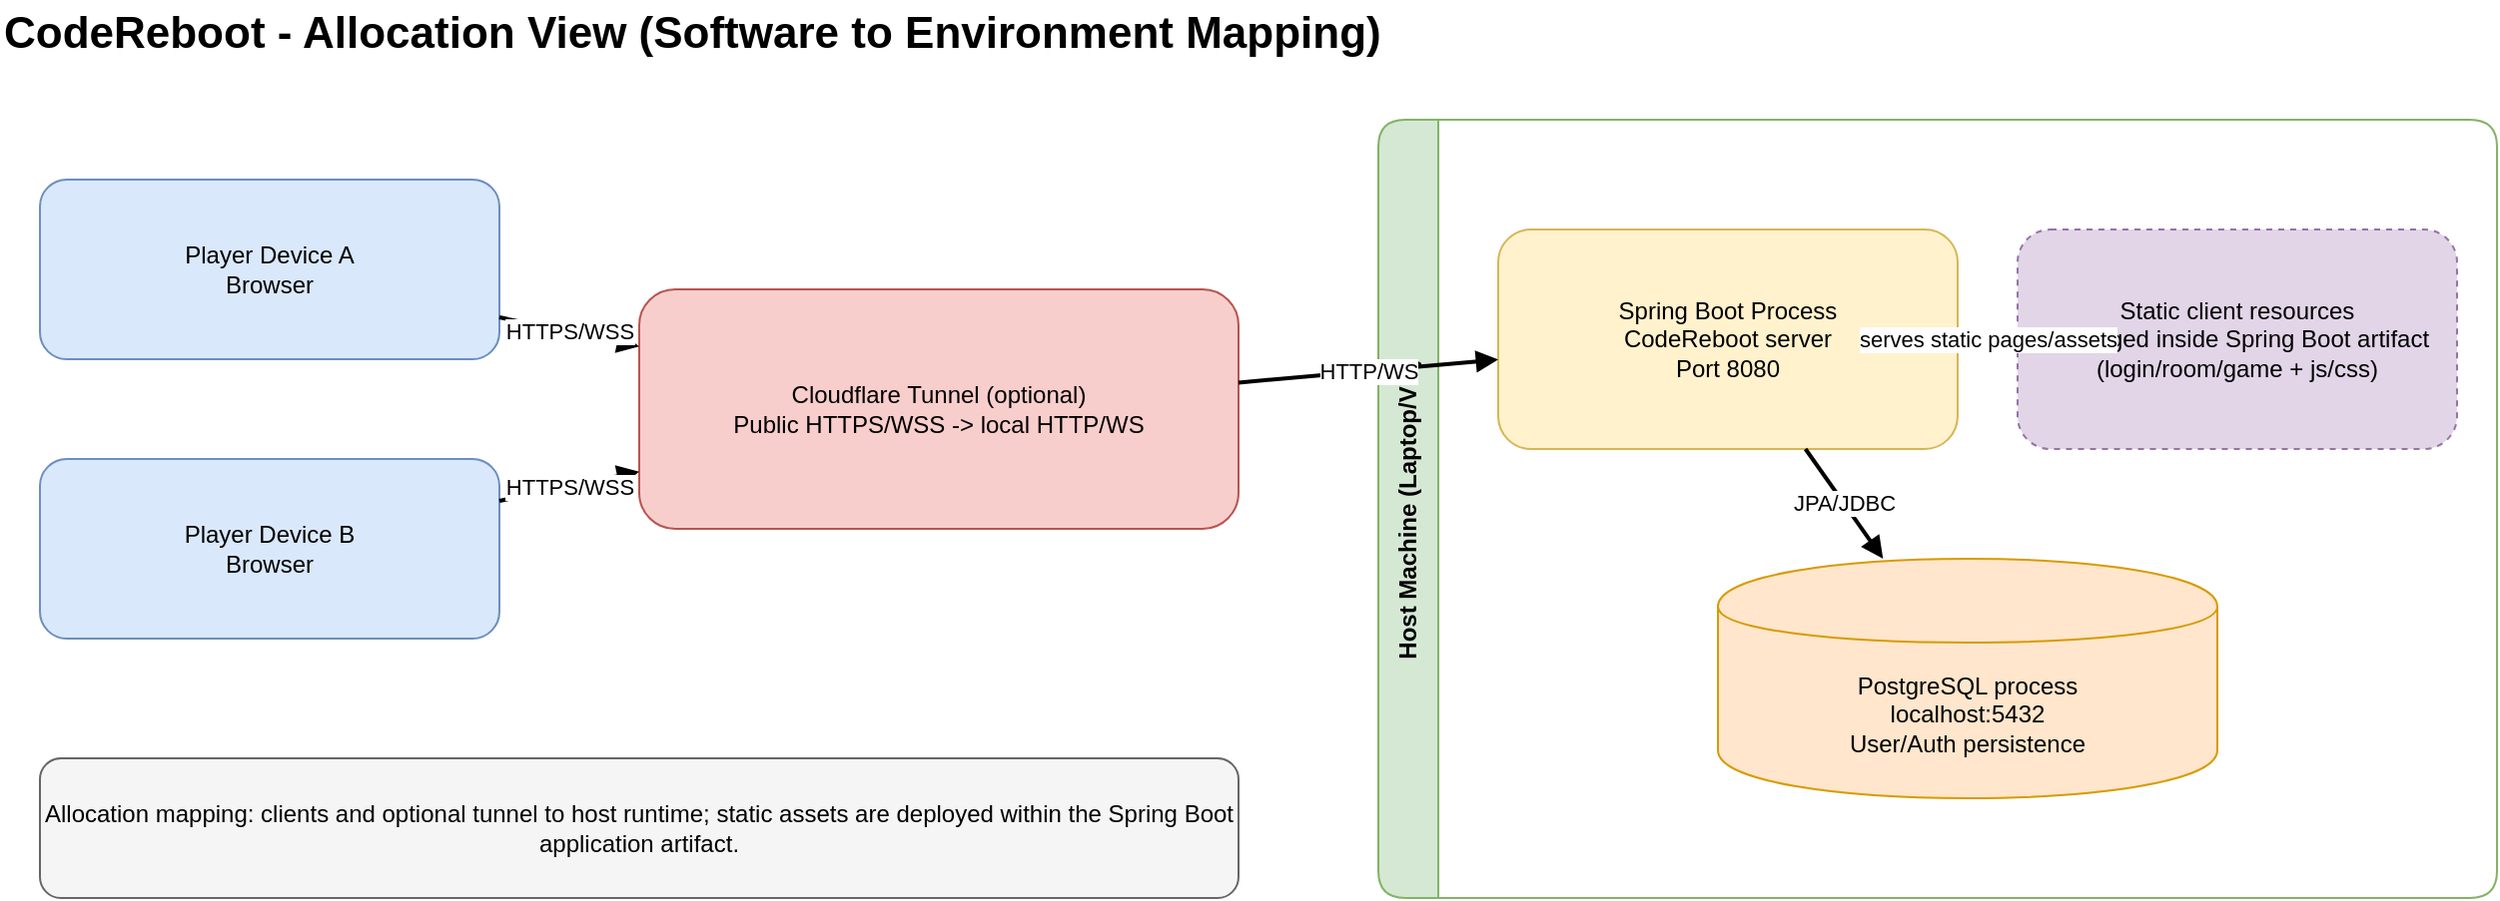
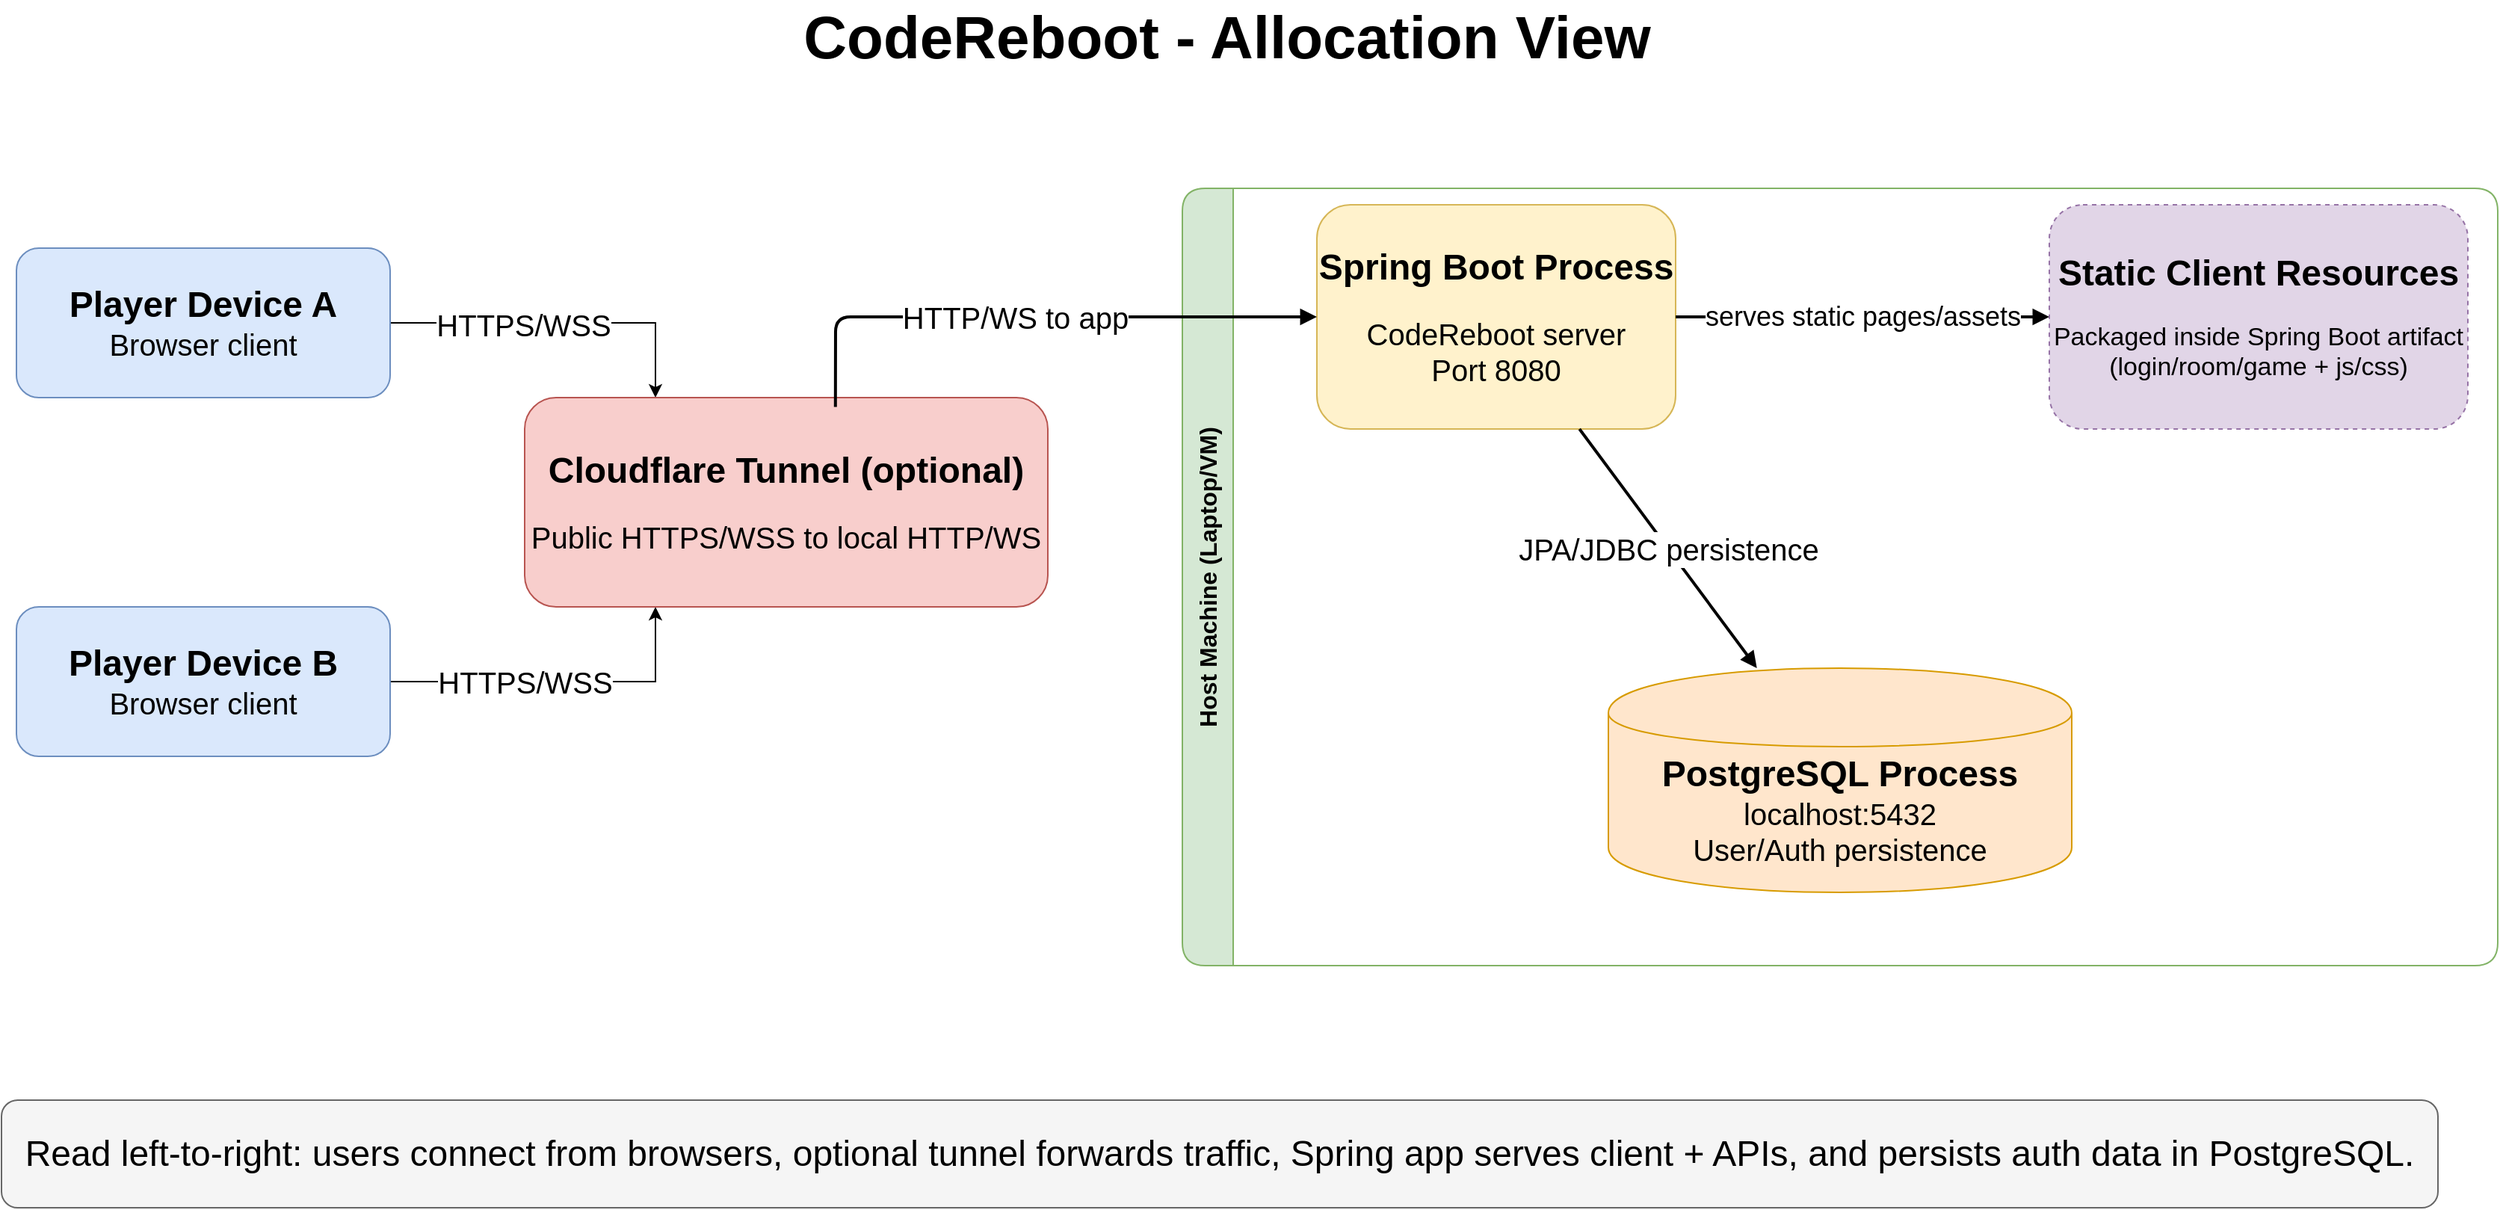
<mxfile host="65bd71144e">
    <diagram id="allocation-view-1" name="Allocation View">
-         <mxGraphModel dx="1355" dy="602" grid="1" gridSize="10" guides="1" tooltips="1" connect="1" arrows="1" fold="1" page="1" pageScale="1" pageWidth="1600" pageHeight="1000" math="0" shadow="0">
+         <mxGraphModel dx="2033" dy="1595" grid="0" gridSize="10" guides="1" tooltips="1" connect="1" arrows="1" fold="1" page="1" pageScale="1" pageWidth="1800" pageHeight="1100" math="0" shadow="0">
            <root>
                <mxCell id="0"/>
                <mxCell id="1" parent="0"/>
-                 <mxCell id="title" value="CodeReboot - Allocation View (Software to Environment Mapping)" style="text;html=1;strokeColor=none;fillColor=none;align=left;verticalAlign=middle;whiteSpace=wrap;rounded=0;fontSize=22;fontStyle=1;" parent="1" vertex="1">
-                     <mxGeometry x="40" y="20" width="860" height="34" as="geometry"/>
+                 <mxCell id="title" value="CodeReboot - Allocation View" style="text;html=1;strokeColor=none;fillColor=none;align=center;verticalAlign=middle;whiteSpace=wrap;rounded=0;fontSize=40;fontStyle=1;" parent="1" vertex="1">
+                     <mxGeometry x="540" y="90" width="720" height="34" as="geometry"/>
                </mxCell>
-                 <mxCell id="deviceA" value="Player Device A&#xa;Browser" style="rounded=1;whiteSpace=wrap;html=1;fillColor=#dae8fc;strokeColor=#6c8ebf;" parent="1" vertex="1">
-                     <mxGeometry x="60" y="110" width="230" height="90" as="geometry"/>
-                 </mxCell>
-                 <mxCell id="deviceB" value="Player Device B&#xa;Browser" style="rounded=1;whiteSpace=wrap;html=1;fillColor=#dae8fc;strokeColor=#6c8ebf;" parent="1" vertex="1">
-                     <mxGeometry x="60" y="250" width="230" height="90" as="geometry"/>
-                 </mxCell>
-                 <mxCell id="tunnel" value="Cloudflare Tunnel (optional)&#xa;Public HTTPS/WSS -&gt; local HTTP/WS" style="rounded=1;whiteSpace=wrap;html=1;fillColor=#f8cecc;strokeColor=#b85450;" parent="1" vertex="1">
-                     <mxGeometry x="360" y="165" width="300" height="120" as="geometry"/>
-                 </mxCell>
-                 <mxCell id="host" value="Host Machine (Laptop/VM)" style="swimlane;horizontal=0;rounded=1;whiteSpace=wrap;html=1;fillColor=#d5e8d4;strokeColor=#82b366;startSize=30;" parent="1" vertex="1">
-                     <mxGeometry x="730" y="80" width="560" height="390" as="geometry"/>
-                 </mxCell>
-                 <mxCell id="app" value="Spring Boot Process&#xa;CodeReboot server&#xa;Port 8080" style="rounded=1;whiteSpace=wrap;html=1;fillColor=#fff2cc;strokeColor=#d6b656;" parent="host" vertex="1">
-                     <mxGeometry x="60" y="55" width="230" height="110" as="geometry"/>
-                 </mxCell>
-                 <mxCell id="static" value="Static client resources&#xa;packaged inside Spring Boot artifact&#xa;(login/room/game + js/css)" style="rounded=1;whiteSpace=wrap;html=1;dashed=1;fillColor=#e1d5e7;strokeColor=#9673a6;" parent="host" vertex="1">
-                     <mxGeometry x="320" y="55" width="220" height="110" as="geometry"/>
-                 </mxCell>
-                 <mxCell id="db" value="PostgreSQL process&#xa;localhost:5432&#xa;User/Auth persistence" style="shape=cylinder;whiteSpace=wrap;html=1;boundedLbl=1;fillColor=#ffe6cc;strokeColor=#d79b00;" parent="host" vertex="1">
-                     <mxGeometry x="170" y="220" width="250" height="120" as="geometry"/>
-                 </mxCell>
-                 <mxCell id="e1" value="HTTPS/WSS" style="endArrow=block;html=1;strokeWidth=2;" parent="1" source="deviceA" target="tunnel" edge="1">
+                 <mxCell id="JINLuCyhZbFO6yyO9m-T-4" style="edgeStyle=orthogonalEdgeStyle;rounded=0;orthogonalLoop=1;jettySize=auto;html=1;exitX=1;exitY=0.5;exitDx=0;exitDy=0;entryX=0.25;entryY=0;entryDx=0;entryDy=0;" parent="1" source="deviceA" target="tunnel" edge="1">
                    <mxGeometry relative="1" as="geometry"/>
                </mxCell>
-                 <mxCell id="e2" value="HTTPS/WSS" style="endArrow=block;html=1;strokeWidth=2;" parent="1" source="deviceB" target="tunnel" edge="1">
+                 <mxCell id="JINLuCyhZbFO6yyO9m-T-6" value="&lt;span style=&quot;color: rgba(0, 0, 0, 0); font-family: monospace; font-size: 0px; text-align: start; background-color: rgb(27, 29, 30);&quot;&gt;%3CmxGraphModel%3E%3Croot%3E%3CmxCell%20id%3D%220%22%2F%3E%3CmxCell%20id%3D%221%22%20parent%3D%220%22%2F%3E%3CmxCell%20id%3D%222%22%20edge%3D%221%22%20parent%3D%221%22%20style%3D%22edgeStyle%3DorthogonalEdgeStyle%3Brounded%3D0%3BorthogonalLoop%3D1%3BjettySize%3Dauto%3Bhtml%3D1%3BexitX%3D1%3BexitY%3D0.5%3BexitDx%3D0%3BexitDy%3D0%3BentryX%3D0.25%3BentryY%3D1%3BentryDx%3D0%3BentryDy%3D0%3B%22%3E%3CmxGeometry%20relative%3D%221%22%20as%3D%22geometry%22%3E%3CmxPoint%20x%3D%22340%22%20y%3D%22539%22%20as%3D%22sourcePoint%22%2F%3E%3CmxPoint%20x%3D%22518%22%20y%3D%22489%22%20as%3D%22targetPoint%22%2F%3E%3C%2FmxGeometry%3E%3C%2FmxCell%3E%3CmxCell%20id%3D%223%22%20connectable%3D%220%22%20parent%3D%222%22%20style%3D%22edgeLabel%3Bhtml%3D1%3Balign%3Dcenter%3BverticalAlign%3Dmiddle%3Bresizable%3D0%3Bpoints%3D%5B%5D%3B%22%20value%3D%22%26lt%3Bspan%20style%3D%26quot%3Bfont-size%3A%2014px%3B%26quot%3B%26gt%3BHTTPS%2FWSS%26lt%3B%2Fspan%26gt%3B%22%20vertex%3D%221%22%3E%3CmxGeometry%20relative%3D%221%22%20x%3D%22-0.2199%22%20y%3D%22-5%22%20as%3D%22geometry%22%3E%3CmxPoint%20x%3D%22-1%22%20as%3D%22offset%22%2F%3E%3C%2FmxGeometry%3E%3C%2FmxCell%3E%3C%2Froot%3E%3C%2FmxGraphModel%3E&lt;/span&gt;&lt;span style=&quot;color: rgba(0, 0, 0, 0); font-family: monospace; font-size: 0px; text-align: start; background-color: rgb(27, 29, 30);&quot;&gt;%3CmxGraphModel%3E%3Croot%3E%3CmxCell%20id%3D%220%22%2F%3E%3CmxCell%20id%3D%221%22%20parent%3D%220%22%2F%3E%3CmxCell%20id%3D%222%22%20edge%3D%221%22%20parent%3D%221%22%20style%3D%22edgeStyle%3DorthogonalEdgeStyle%3Brounded%3D0%3BorthogonalLoop%3D1%3BjettySize%3Dauto%3Bhtml%3D1%3BexitX%3D1%3BexitY%3D0.5%3BexitDx%3D0%3BexitDy%3D0%3BentryX%3D0.25%3BentryY%3D1%3BentryDx%3D0%3BentryDy%3D0%3B%22%3E%3CmxGeometry%20relative%3D%221%22%20as%3D%22geometry%22%3E%3CmxPoint%20x%3D%22340%22%20y%3D%22539%22%20as%3D%22sourcePoint%22%2F%3E%3CmxPoint%20x%3D%22518%22%20y%3D%22489%22%20as%3D%22targetPoint%22%2F%3E%3C%2FmxGeometry%3E%3C%2FmxCell%3E%3CmxCell%20id%3D%223%22%20connectable%3D%220%22%20parent%3D%222%22%20style%3D%22edgeLabel%3Bhtml%3D1%3Balign%3Dcenter%3BverticalAlign%3Dmiddle%3Bresizable%3D0%3Bpoints%3D%5B%5D%3B%22%20value%3D%22%26lt%3Bspan%20style%3D%26quot%3Bfont-size%3A%2014px%3B%26quot%3B%26gt%3BHTTPS%2FWSS%26lt%3B%2Fspan%26gt%3B%22%20vertex%3D%221%22%3E%3CmxGeometry%20relative%3D%221%22%20x%3D%22-0.2199%22%20y%3D%22-5%22%20as%3D%22geometry%22%3E%3CmxPoint%20x%3D%22-1%22%20as%3D%22offset%22%2F%3E%3C%2FmxGeometry%3E%3C%2FmxCell%3E%3C%2Froot%3E%3C%2FmxGraphModel%3EHTTP&lt;/span&gt;&lt;span style=&quot;color: rgba(0, 0, 0, 0); font-family: monospace; font-size: 0px; text-align: start; background-color: rgb(27, 29, 30);&quot;&gt;%3CmxGraphModel%3E%3Croot%3E%3CmxCell%20id%3D%220%22%2F%3E%3CmxCell%20id%3D%221%22%20parent%3D%220%22%2F%3E%3CmxCell%20id%3D%222%22%20edge%3D%221%22%20parent%3D%221%22%20style%3D%22edgeStyle%3DorthogonalEdgeStyle%3Brounded%3D0%3BorthogonalLoop%3D1%3BjettySize%3Dauto%3Bhtml%3D1%3BexitX%3D1%3BexitY%3D0.5%3BexitDx%3D0%3BexitDy%3D0%3BentryX%3D0.25%3BentryY%3D1%3BentryDx%3D0%3BentryDy%3D0%3B%22%3E%3CmxGeometry%20relative%3D%221%22%20as%3D%22geometry%22%3E%3CmxPoint%20x%3D%22340%22%20y%3D%22539%22%20as%3D%22sourcePoint%22%2F%3E%3CmxPoint%20x%3D%22518%22%20y%3D%22489%22%20as%3D%22targetPoint%22%2F%3E%3C%2FmxGeometry%3E%3C%2FmxCell%3E%3CmxCell%20id%3D%223%22%20connectable%3D%220%22%20parent%3D%222%22%20style%3D%22edgeLabel%3Bhtml%3D1%3Balign%3Dcenter%3BverticalAlign%3Dmiddle%3Bresizable%3D0%3Bpoints%3D%5B%5D%3B%22%20value%3D%22%26lt%3Bspan%20style%3D%26quot%3Bfont-size%3A%2014px%3B%26quot%3B%26gt%3BHTTPS%2FWSS%26lt%3B%2Fspan%26gt%3B%22%20vertex%3D%221%22%3E%3CmxGeometry%20relative%3D%221%22%20x%3D%22-0.2199%22%20y%3D%22-5%22%20as%3D%22geometry%22%3E%3CmxPoint%20x%3D%22-1%22%20as%3D%22offset%22%2F%3E%3C%2FmxGeometry%3E%3C%2FmxCell%3E%3C%2Froot%3E%3C%2FmxGraphModel%3E&lt;/span&gt;" style="edgeLabel;html=1;align=center;verticalAlign=middle;resizable=0;points=[];" parent="JINLuCyhZbFO6yyO9m-T-4" connectable="0" vertex="1">
+                     <mxGeometry x="-0.1374" y="1" relative="1" as="geometry">
+                         <mxPoint x="-1" as="offset"/>
+                     </mxGeometry>
+                 </mxCell>
+                 <mxCell id="JINLuCyhZbFO6yyO9m-T-7" value="&lt;font style=&quot;font-size: 20px;&quot;&gt;HTTPS/WSS&lt;/font&gt;" style="edgeLabel;html=1;align=center;verticalAlign=middle;resizable=0;points=[];" parent="JINLuCyhZbFO6yyO9m-T-4" connectable="0" vertex="1">
+                     <mxGeometry x="-0.2429" y="1" relative="1" as="geometry">
+                         <mxPoint x="3" y="2" as="offset"/>
+                     </mxGeometry>
+                 </mxCell>
+                 <mxCell id="deviceA" value="&lt;font style=&quot;font-size: 24px;&quot;&gt;&lt;font style=&quot;&quot;&gt;&lt;b style=&quot;&quot;&gt;Player Device A&lt;/b&gt;&lt;/font&gt;&lt;br&gt;&lt;/font&gt;&lt;font style=&quot;font-size: 20px;&quot;&gt;Browser client&lt;/font&gt;" style="rounded=1;whiteSpace=wrap;html=1;fillColor=#dae8fc;strokeColor=#6c8ebf;fontSize=15;" parent="1" vertex="1">
+                     <mxGeometry x="90" y="249" width="250" height="100" as="geometry"/>
+                 </mxCell>
+                 <mxCell id="JINLuCyhZbFO6yyO9m-T-3" style="edgeStyle=orthogonalEdgeStyle;rounded=0;orthogonalLoop=1;jettySize=auto;html=1;exitX=1;exitY=0.5;exitDx=0;exitDy=0;entryX=0.25;entryY=1;entryDx=0;entryDy=0;" parent="1" source="deviceB" target="tunnel" edge="1">
                    <mxGeometry relative="1" as="geometry"/>
                </mxCell>
-                 <mxCell id="e3" value="HTTP/WS" style="endArrow=block;html=1;strokeWidth=2;" parent="1" source="tunnel" target="app" edge="1">
+                 <mxCell id="JINLuCyhZbFO6yyO9m-T-5" value="&lt;font style=&quot;font-size: 20px;&quot;&gt;HTTPS/WSS&lt;/font&gt;" style="edgeLabel;html=1;align=center;verticalAlign=middle;resizable=0;points=[];" parent="JINLuCyhZbFO6yyO9m-T-3" connectable="0" vertex="1">
+                     <mxGeometry x="-0.2199" y="-5" relative="1" as="geometry">
+                         <mxPoint x="1" y="-5" as="offset"/>
+                     </mxGeometry>
+                 </mxCell>
+                 <mxCell id="deviceB" value="&lt;font style=&quot;font-size: 24px;&quot;&gt;&lt;font style=&quot;&quot;&gt;&lt;b style=&quot;&quot;&gt;Player Device B&lt;/b&gt;&lt;/font&gt;&lt;br&gt;&lt;/font&gt;&lt;font style=&quot;font-size: 20px;&quot;&gt;Browser client&lt;/font&gt;" style="rounded=1;whiteSpace=wrap;html=1;fillColor=#dae8fc;strokeColor=#6c8ebf;fontSize=15;" parent="1" vertex="1">
+                     <mxGeometry x="90" y="489" width="250" height="100" as="geometry"/>
+                 </mxCell>
+                 <mxCell id="tunnel" value="&lt;font style=&quot;font-size: 24px;&quot;&gt;&lt;b style=&quot;&quot;&gt;Cloudflare Tunnel (optional)&lt;/b&gt;&lt;/font&gt;&lt;br&gt;&lt;br&gt;&lt;font style=&quot;font-size: 20px;&quot;&gt;Public HTTPS/WSS to local HTTP/WS&lt;/font&gt;" style="rounded=1;whiteSpace=wrap;html=1;fillColor=#f8cecc;strokeColor=#b85450;fontSize=15;" parent="1" vertex="1">
+                     <mxGeometry x="430" y="349" width="350" height="140" as="geometry"/>
+                 </mxCell>
+                 <mxCell id="host" value="Host Machine (Laptop/VM)" style="swimlane;horizontal=0;rounded=1;whiteSpace=wrap;html=1;fillColor=#d5e8d4;strokeColor=#82b366;startSize=34;fontSize=16;fontStyle=1;" parent="1" vertex="1">
+                     <mxGeometry x="870" y="209" width="880" height="520" as="geometry"/>
+                 </mxCell>
+                 <mxCell id="app" value="&lt;font style=&quot;font-size: 24px;&quot;&gt;&lt;b style=&quot;&quot;&gt;Spring Boot Process&lt;/b&gt;&lt;/font&gt;&lt;br&gt;&lt;br&gt;&lt;font style=&quot;font-size: 20px;&quot;&gt;CodeReboot server&lt;br&gt;Port 8080&lt;/font&gt;" style="rounded=1;whiteSpace=wrap;html=1;fillColor=#fff2cc;strokeColor=#d6b656;fontSize=15;" parent="host" vertex="1">
+                     <mxGeometry x="90" y="11" width="240" height="150" as="geometry"/>
+                 </mxCell>
+                 <mxCell id="static" value="&lt;font style=&quot;&quot;&gt;&lt;font style=&quot;font-size: 24px;&quot;&gt;&lt;b style=&quot;&quot;&gt;Static Client Resources&lt;/b&gt;&lt;/font&gt;&lt;br&gt;&lt;br&gt;&lt;span style=&quot;font-size: 17px;&quot;&gt;Packaged inside Spring Boot artifact&lt;/span&gt;&lt;br&gt;&lt;span style=&quot;font-size: 17px;&quot;&gt;(login/room/game + js/css)&lt;/span&gt;&lt;/font&gt;" style="rounded=1;whiteSpace=wrap;html=1;dashed=1;fillColor=#e1d5e7;strokeColor=#9673a6;fontSize=15;" parent="host" vertex="1">
+                     <mxGeometry x="580" y="11" width="280" height="150" as="geometry"/>
+                 </mxCell>
+                 <mxCell id="db" value="&lt;font style=&quot;font-size: 24px;&quot;&gt;&lt;b style=&quot;&quot;&gt;PostgreSQL Process&lt;/b&gt;&lt;/font&gt;&lt;br&gt;&lt;font style=&quot;font-size: 20px;&quot;&gt;localhost:5432&lt;br&gt;User/Auth persistence&lt;/font&gt;" style="shape=cylinder;whiteSpace=wrap;html=1;boundedLbl=1;fillColor=#ffe6cc;strokeColor=#d79b00;fontSize=15;" parent="host" vertex="1">
+                     <mxGeometry x="285" y="321" width="310" height="150" as="geometry"/>
+                 </mxCell>
+                 <mxCell id="e4" value="&lt;font style=&quot;font-size: 18px;&quot;&gt;serves static pages/assets&lt;/font&gt;" style="endArrow=block;html=1;strokeWidth=2;fontSize=14;" parent="host" source="app" target="static" edge="1">
                    <mxGeometry relative="1" as="geometry"/>
                </mxCell>
-                 <mxCell id="e4" value="serves static pages/assets" style="endArrow=block;html=1;strokeWidth=2;" parent="host" source="app" target="static" edge="1">
+                 <mxCell id="e5" value="&lt;font style=&quot;font-size: 20px;&quot;&gt;JPA/JDBC persistence&lt;/font&gt;" style="endArrow=block;html=1;strokeWidth=2;fontSize=14;" parent="host" source="app" target="db" edge="1">
                    <mxGeometry relative="1" as="geometry"/>
                </mxCell>
-                 <mxCell id="e5" value="JPA/JDBC" style="endArrow=block;html=1;strokeWidth=2;" parent="host" source="app" target="db" edge="1">
-                     <mxGeometry relative="1" as="geometry"/>
+                 <mxCell id="e3" value="&lt;font style=&quot;font-size: 20px;&quot;&gt;HTTP/WS to app&lt;/font&gt;" style="endArrow=block;html=1;strokeWidth=2;fontSize=14;exitX=0.594;exitY=0.045;exitDx=0;exitDy=0;exitPerimeter=0;" parent="1" source="tunnel" target="app" edge="1">
+                     <mxGeometry x="-0.0636" relative="1" as="geometry">
+                         <mxPoint x="1" as="offset"/>
+                         <Array as="points">
+                             <mxPoint x="638" y="295"/>
+                         </Array>
+                     </mxGeometry>
                </mxCell>
-                 <mxCell id="legend" value="Allocation mapping: clients and optional tunnel to host runtime; static assets are deployed within the Spring Boot application artifact." style="rounded=1;whiteSpace=wrap;html=1;fillColor=#f5f5f5;strokeColor=#666666;fontSize=12;" parent="1" vertex="1">
-                     <mxGeometry x="60" y="400" width="600" height="70" as="geometry"/>
+                 <mxCell id="legend" value="&lt;font style=&quot;font-size: 24px;&quot;&gt;Read left-to-right: users connect from browsers, optional tunnel forwards traffic, Spring app serves client + APIs, and persists auth data in PostgreSQL.&lt;/font&gt;" style="rounded=1;whiteSpace=wrap;html=1;fillColor=#f5f5f5;strokeColor=#666666;fontSize=20;" parent="1" vertex="1">
+                     <mxGeometry x="80" y="819" width="1630" height="72" as="geometry"/>
                </mxCell>
            </root>
        </mxGraphModel>
    </diagram>
</mxfile>